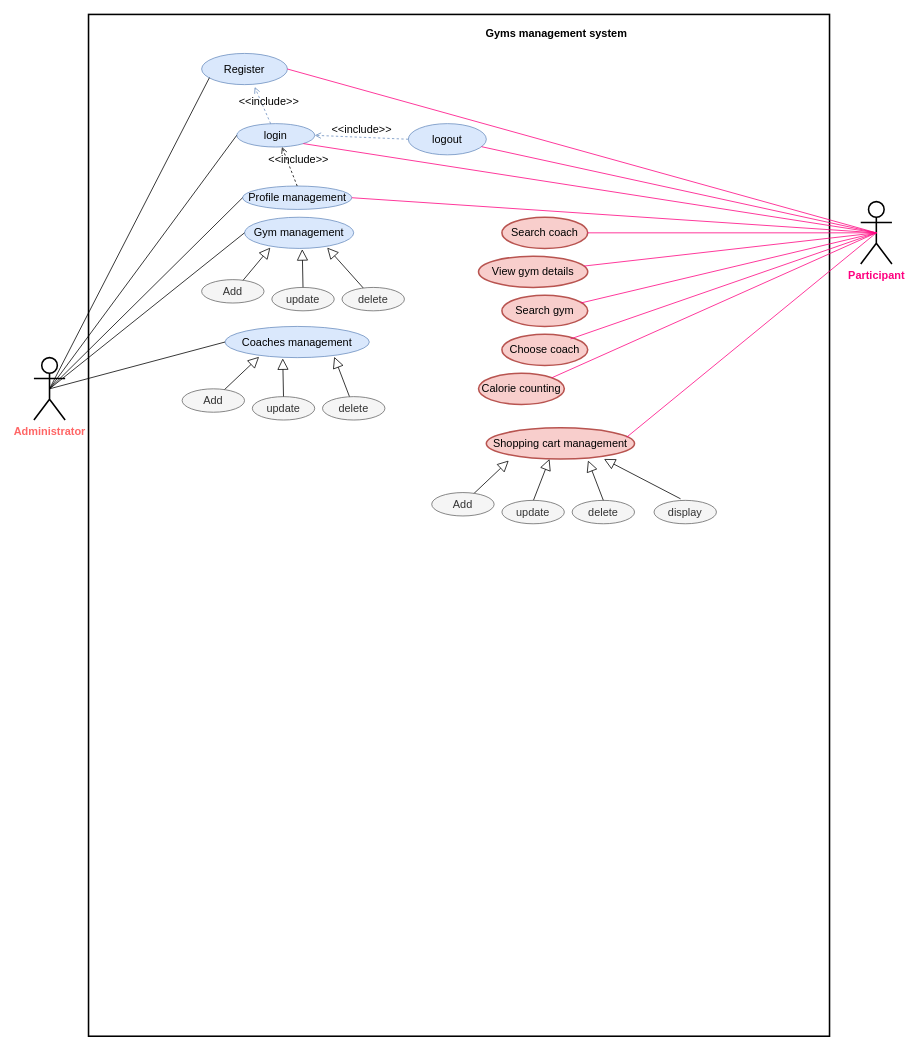
doaa517/Diagrams keeps this draw.io diagram as gym.drawio. Above is the earlier version. Source tidied: cells renumbered, new cells numbered last; positions are measured from the earlier drawing's top-left corner, leaving out a move shared by most shapes. Both pictures are drawn from the tidied source at 78%, with x=0, y=0 at pixel (34, 14).
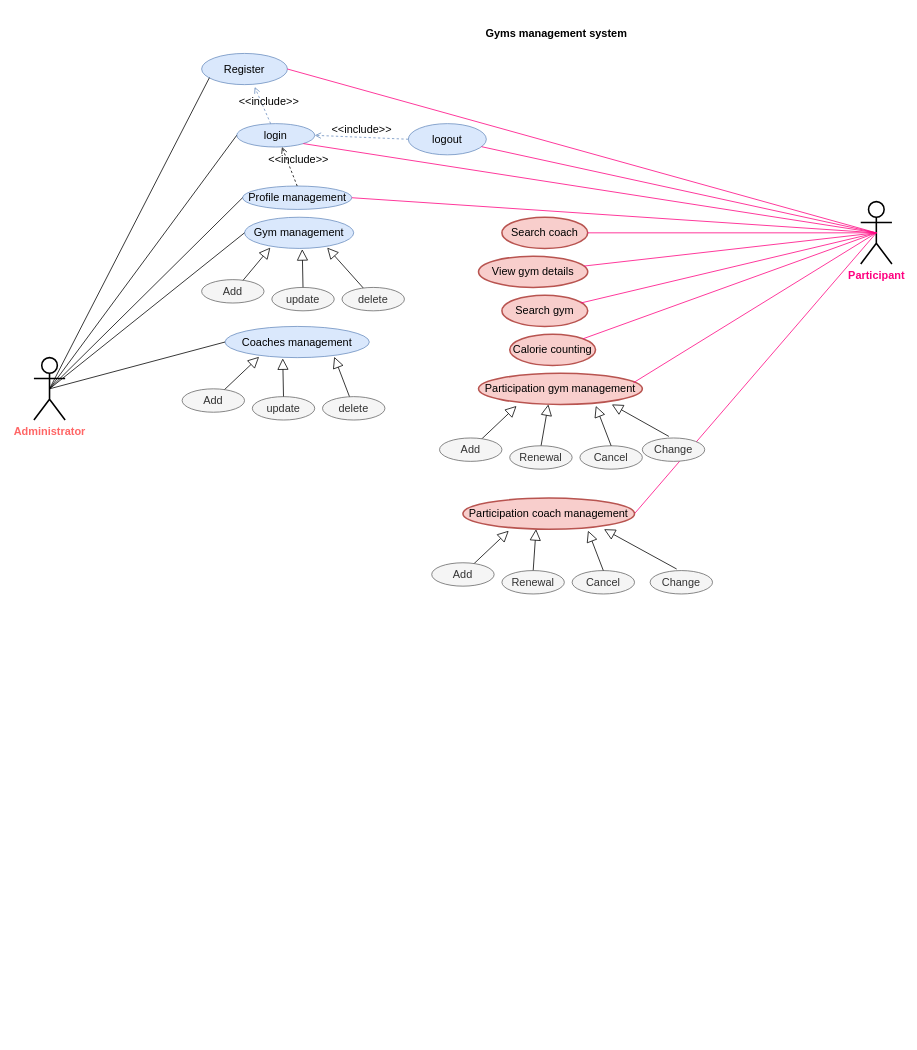
Above is the later version.

Unchanged cells that the change refers to:
```xml
<mxCell id="30" value="&lt;b&gt;&lt;font style=&quot;font-size: 14px;&quot; color=&quot;#FF0080&quot;&gt;Participant&lt;/font&gt;&lt;/b&gt;" style="shape=umlActor;verticalLabelPosition=bottom;verticalAlign=top;html=1;outlineConnect=0;strokeWidth=2;" parent="1" vertex="1">
  <mxGeometry x="1060" y="240" width="40" height="80" as="geometry" />
</mxCell>
```

Diff of the diagram source:
```diff
@@
-    <mxCell id="2" style="rounded=0;whiteSpace=wrap;html=1;strokeWidth=2;fontSize=14;fontColor=#FF0080;" parent="1" vertex="1">
-      <mxGeometry x="70" width="950" height="1310" as="geometry" />
-    </mxCell>
+    <mxCell id="56" style="endArrow=none;html=1;rounded=0;strokeColor=#FF0080;fontSize=18;entryX=0.5;entryY=0.5;entryDx=0;entryDy=0;entryPerimeter=0;exitX=1;exitY=0.5;exitDx=0;exitDy=0;" parent="1" edge="1" source="57" target="30">
+      <mxGeometry relative="1" as="geometry" />
+    </mxCell>
@@
-    <mxCell id="37" value="Choose coach" style="ellipse;whiteSpace=wrap;html=1;strokeWidth=2;fontSize=14;fillColor=#f8cecc;strokeColor=#b85450;" parent="1" vertex="1">
-      <mxGeometry x="600" y="410" width="110" height="40" as="geometry" />
-    </mxCell>
     <mxCell id="38" value="&lt;p&gt;&lt;span&gt;Calorie counting&lt;/span&gt;&lt;/p&gt;" style="ellipse;whiteSpace=wrap;html=1;strokeWidth=2;fontSize=14;fillColor=#f8cecc;strokeColor=#b85450;" parent="1" vertex="1">
-      <mxGeometry x="570" y="460" width="110" height="40" as="geometry" />
+      <mxGeometry x="610" y="410" width="110" height="40" as="geometry" />
     </mxCell>
-    <mxCell id="39" value="Shopping cart management" style="ellipse;whiteSpace=wrap;html=1;strokeWidth=2;fontSize=14;fillColor=#f8cecc;strokeColor=#b85450;" parent="1" vertex="1">
-      <mxGeometry x="580" y="530" width="190" height="40" as="geometry" />
+    <mxCell id="39" value="&lt;span&gt;Participation gym management &lt;/span&gt;" style="ellipse;whiteSpace=wrap;html=1;strokeWidth=2;fontSize=14;fillColor=#f8cecc;strokeColor=#b85450;" parent="1" vertex="1">
+      <mxGeometry x="570" y="460" width="210" height="40" as="geometry" />
     </mxCell>
@@
-    <mxCell id="43" style="endArrow=none;html=1;rounded=0;strokeColor=#FF0080;fontSize=14;fontColor=#FF0080;entryX=0.5;entryY=0.5;entryDx=0;entryDy=0;entryPerimeter=0;exitX=0.8;exitY=0.15;exitDx=0;exitDy=0;exitPerimeter=0;" parent="1" edge="1" source="37" target="30">
-      <mxGeometry relative="1" as="geometry" />
-    </mxCell>
@@
     <mxCell id="46" style="edgeStyle=none;html=1;endSize=12;endArrow=block;endFill=0;rounded=0;fontSize=14;fontColor=#000000;entryX=0.236;entryY=0.975;entryDx=0;entryDy=0;entryPerimeter=0;" parent="1" edge="1">
       <mxGeometry relative="1" as="geometry">
-        <mxPoint x="558" y="620" as="sourcePoint" />
-        <mxPoint x="608.7" y="572" as="targetPoint" />
+        <mxPoint x="568" y="550" as="sourcePoint" />
+        <mxPoint x="618.7" y="502" as="targetPoint" />
       </mxGeometry>
     </mxCell>
     <mxCell id="47" style="edgeStyle=none;html=1;endSize=12;endArrow=block;endFill=0;rounded=0;fontSize=14;fontColor=#000000;entryX=0.426;entryY=1;entryDx=0;entryDy=0;entryPerimeter=0;" parent="1" edge="1" target="39">
       <mxGeometry relative="1" as="geometry">
-        <mxPoint x="640" y="624" as="sourcePoint" />
+        <mxPoint x="650" y="554" as="sourcePoint" />
       </mxGeometry>
     </mxCell>
     <mxCell id="48" value="Add" style="ellipse;whiteSpace=wrap;html=1;fontSize=14;fontColor=#333333;fillColor=#f5f5f5;strokeColor=#666666;" parent="1" vertex="1">
-      <mxGeometry x="510" y="613" width="80" height="30" as="geometry" />
+      <mxGeometry x="520" y="543" width="80" height="30" as="geometry" />
     </mxCell>
-    <mxCell id="49" value="update" style="ellipse;whiteSpace=wrap;html=1;fontSize=14;fontColor=#333333;fillColor=#f5f5f5;strokeColor=#666666;" parent="1" vertex="1">
-      <mxGeometry x="600" y="623" width="80" height="30" as="geometry" />
+    <mxCell id="49" value="Renewal " style="ellipse;whiteSpace=wrap;html=1;fontSize=14;fontColor=#333333;fillColor=#f5f5f5;strokeColor=#666666;" parent="1" vertex="1">
+      <mxGeometry x="610" y="553" width="80" height="30" as="geometry" />
     </mxCell>
-    <mxCell id="50" value="delete" style="ellipse;whiteSpace=wrap;html=1;fontSize=14;fontColor=#333333;fillColor=#f5f5f5;strokeColor=#666666;" parent="1" vertex="1">
-      <mxGeometry x="690" y="623" width="80" height="30" as="geometry" />
+    <mxCell id="50" value="Cancel " style="ellipse;whiteSpace=wrap;html=1;fontSize=14;fontColor=#333333;fillColor=#f5f5f5;strokeColor=#666666;" parent="1" vertex="1">
+      <mxGeometry x="700" y="553" width="80" height="30" as="geometry" />
     </mxCell>
-    <mxCell id="51" value="display" style="ellipse;whiteSpace=wrap;html=1;fontSize=14;fontColor=#333333;fillColor=#f5f5f5;strokeColor=#666666;" parent="1" vertex="1">
-      <mxGeometry x="795" y="623" width="80" height="30" as="geometry" />
+    <mxCell id="51" value="Change" style="ellipse;whiteSpace=wrap;html=1;fontSize=14;fontColor=#333333;fillColor=#f5f5f5;strokeColor=#666666;" parent="1" vertex="1">
+      <mxGeometry x="780" y="543" width="80" height="30" as="geometry" />
     </mxCell>
     <mxCell id="52" style="edgeStyle=none;html=1;endSize=12;endArrow=block;endFill=0;rounded=0;fontSize=14;fontColor=#000000;exitX=0.425;exitY=-0.067;exitDx=0;exitDy=0;exitPerimeter=0;entryX=0.897;entryY=0.925;entryDx=0;entryDy=0;entryPerimeter=0;" parent="1" edge="1" source="51">
       <mxGeometry relative="1" as="geometry">
-        <mxPoint x="730.9" y="570" as="targetPoint" />
+        <mxPoint x="740.9" y="500" as="targetPoint" />
       </mxGeometry>
     </mxCell>
     <mxCell id="53" style="edgeStyle=none;html=1;endSize=12;endArrow=block;endFill=0;rounded=0;fontSize=14;fontColor=#000000;entryX=0.757;entryY=0.975;entryDx=0;entryDy=0;entryPerimeter=0;" parent="1" edge="1">
       <mxGeometry relative="1" as="geometry">
-        <mxPoint x="730" y="623" as="sourcePoint" />
-        <mxPoint x="710.4" y="571.9" as="targetPoint" />
+        <mxPoint x="740" y="553" as="sourcePoint" />
+        <mxPoint x="720.4" y="501.9" as="targetPoint" />
       </mxGeometry>
     </mxCell>
@@
+    <mxCell id="57" value="&lt;span&gt;Participation coach management &lt;/span&gt;" style="ellipse;whiteSpace=wrap;html=1;strokeWidth=2;fontSize=14;fillColor=#f8cecc;strokeColor=#b85450;" parent="1" vertex="1">
+      <mxGeometry x="550" y="620" width="220" height="40" as="geometry" />
+    </mxCell>
+    <mxCell id="58" style="edgeStyle=none;html=1;endSize=12;endArrow=block;endFill=0;rounded=0;fontSize=14;fontColor=#000000;entryX=0.236;entryY=0.975;entryDx=0;entryDy=0;entryPerimeter=0;" parent="1" edge="1">
+      <mxGeometry relative="1" as="geometry">
+        <mxPoint x="558" y="710" as="sourcePoint" />
+        <mxPoint x="608.7" y="662" as="targetPoint" />
+      </mxGeometry>
+    </mxCell>
+    <mxCell id="59" style="edgeStyle=none;html=1;endSize=12;endArrow=block;endFill=0;rounded=0;fontSize=14;fontColor=#000000;entryX=0.426;entryY=1;entryDx=0;entryDy=0;entryPerimeter=0;" parent="1" edge="1" target="57">
+      <mxGeometry relative="1" as="geometry">
+        <mxPoint x="640" y="714" as="sourcePoint" />
+      </mxGeometry>
+    </mxCell>
+    <mxCell id="60" value="Add" style="ellipse;whiteSpace=wrap;html=1;fontSize=14;fontColor=#333333;fillColor=#f5f5f5;strokeColor=#666666;" parent="1" vertex="1">
+      <mxGeometry x="510" y="703" width="80" height="30" as="geometry" />
+    </mxCell>
+    <mxCell id="61" value="Renewal " style="ellipse;whiteSpace=wrap;html=1;fontSize=14;fontColor=#333333;fillColor=#f5f5f5;strokeColor=#666666;" parent="1" vertex="1">
+      <mxGeometry x="600" y="713" width="80" height="30" as="geometry" />
+    </mxCell>
+    <mxCell id="62" value="Cancel " style="ellipse;whiteSpace=wrap;html=1;fontSize=14;fontColor=#333333;fillColor=#f5f5f5;strokeColor=#666666;" parent="1" vertex="1">
+      <mxGeometry x="690" y="713" width="80" height="30" as="geometry" />
+    </mxCell>
+    <mxCell id="63" value="Change" style="ellipse;whiteSpace=wrap;html=1;fontSize=14;fontColor=#333333;fillColor=#f5f5f5;strokeColor=#666666;" parent="1" vertex="1">
+      <mxGeometry x="790" y="713" width="80" height="30" as="geometry" />
+    </mxCell>
+    <mxCell id="64" style="edgeStyle=none;html=1;endSize=12;endArrow=block;endFill=0;rounded=0;fontSize=14;fontColor=#000000;exitX=0.425;exitY=-0.067;exitDx=0;exitDy=0;exitPerimeter=0;entryX=0.897;entryY=0.925;entryDx=0;entryDy=0;entryPerimeter=0;" parent="1" edge="1" source="63">
+      <mxGeometry relative="1" as="geometry">
+        <mxPoint x="730.9" y="660" as="targetPoint" />
+      </mxGeometry>
+    </mxCell>
+    <mxCell id="65" style="edgeStyle=none;html=1;endSize=12;endArrow=block;endFill=0;rounded=0;fontSize=14;fontColor=#000000;entryX=0.757;entryY=0.975;entryDx=0;entryDy=0;entryPerimeter=0;" parent="1" edge="1">
+      <mxGeometry relative="1" as="geometry">
+        <mxPoint x="730" y="713" as="sourcePoint" />
+        <mxPoint x="710.4" y="661.9" as="targetPoint" />
+      </mxGeometry>
+    </mxCell>
```
